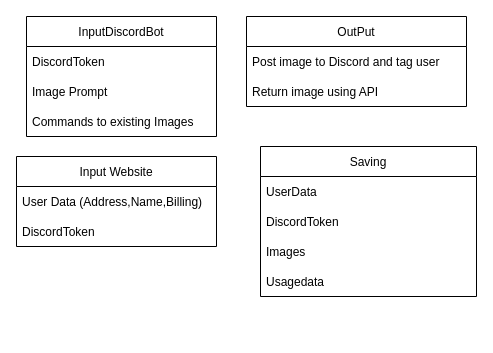
Earlier version of the draw.io diagram Unbenanntes Diagramm.drawio (rothexD/AdvancedModeling). Source tidied: cells renumbered, new cells numbered last; positions are measured from the earlier drawing's top-left corner, leaving out a move shared by most shapes. Both pictures are drawn from the tidied source at 100%, with x=0, y=0 at pixel (16, 16).
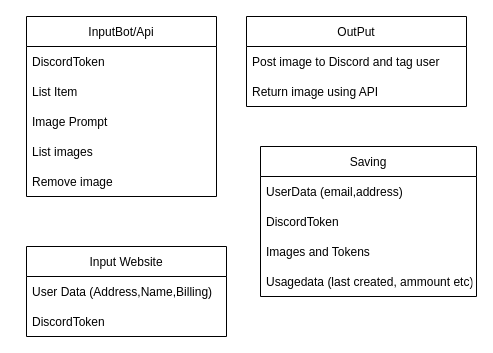
Above is the later version.

What changed in the source:
```diff
@@
 <mxGraphModel>
   <root>
     <mxCell id="0" />
     <mxCell id="1" parent="0" />
-    <mxCell id="2" value="InputDiscordBot" style="swimlane;fontStyle=0;horizontal=1;startSize=30;" parent="1" vertex="1">
-      <mxGeometry x="10" width="190" height="120" as="geometry" />
+    <mxCell id="2" value="InputBot/Api" style="swimlane;fontStyle=0;horizontal=1;startSize=30;" parent="1" vertex="1">
+      <mxGeometry x="10" width="190" height="180" as="geometry" />
     </mxCell>
     <mxCell id="3" value="DiscordToken" style="text;strokeColor=none;fillColor=none;align=left;verticalAlign=middle;spacingLeft=4;spacingRight=4;overflow=hidden;" parent="2" vertex="1">
       <mxGeometry y="30" width="190" height="30" as="geometry" />
     </mxCell>
+    <mxCell id="17" value="List Item" style="text;strokeColor=none;fillColor=none;align=left;verticalAlign=middle;spacingLeft=4;spacingRight=4;overflow=hidden;" parent="2" vertex="1">
+      <mxGeometry y="60" width="190" height="30" as="geometry" />
+    </mxCell>
     <mxCell id="4" value="Image Prompt" style="text;strokeColor=none;fillColor=none;align=left;verticalAlign=middle;spacingLeft=4;spacingRight=4;overflow=hidden;" parent="2" vertex="1">
-      <mxGeometry y="60" width="190" height="30" as="geometry" />
+      <mxGeometry y="90" width="190" height="30" as="geometry" />
     </mxCell>
+    <mxCell id="18" value="List images" style="text;strokeColor=none;fillColor=none;align=left;verticalAlign=middle;spacingLeft=4;spacingRight=4;overflow=hidden;" parent="2" vertex="1">
+      <mxGeometry y="120" width="190" height="30" as="geometry" />
+    </mxCell>
-    <mxCell id="5" value="Commands to existing Images" style="text;strokeColor=none;fillColor=none;align=left;verticalAlign=middle;spacingLeft=4;spacingRight=4;overflow=hidden;" parent="2" vertex="1">
-      <mxGeometry y="90" width="190" height="30" as="geometry" />
+    <mxCell id="5" value="Remove image" style="text;strokeColor=none;fillColor=none;align=left;verticalAlign=middle;spacingLeft=4;spacingRight=4;overflow=hidden;" parent="2" vertex="1">
+      <mxGeometry y="150" width="190" height="30" as="geometry" />
     </mxCell>
     <mxCell id="6" value="OutPut" style="swimlane;fontStyle=0;horizontal=1;startSize=30;" parent="1" vertex="1">
       <mxGeometry x="230" width="220" height="90" as="geometry" />
     </mxCell>
     <mxCell id="7" value="Post image to Discord and tag user" style="text;strokeColor=none;fillColor=none;align=left;verticalAlign=middle;spacingLeft=4;spacingRight=4;overflow=hidden;" parent="6" vertex="1">
       <mxGeometry y="30" width="220" height="30" as="geometry" />
     </mxCell>
     <mxCell id="8" value="Return image using API" style="text;strokeColor=none;fillColor=none;align=left;verticalAlign=middle;spacingLeft=4;spacingRight=4;overflow=hidden;" parent="6" vertex="1">
       <mxGeometry y="60" width="220" height="30" as="geometry" />
     </mxCell>
     <mxCell id="9" value="Input Website" style="swimlane;fontStyle=0;horizontal=1;startSize=30;" parent="1" vertex="1">
-      <mxGeometry y="140" width="200" height="90" as="geometry" />
+      <mxGeometry x="10" y="230" width="200" height="90" as="geometry" />
     </mxCell>
     <mxCell id="10" value="User Data (Address,Name,Billing)" style="text;strokeColor=none;fillColor=none;align=left;verticalAlign=middle;spacingLeft=4;spacingRight=4;overflow=hidden;" parent="9" vertex="1">
       <mxGeometry y="30" width="200" height="30" as="geometry" />
     </mxCell>
     <mxCell id="11" value="DiscordToken" style="text;strokeColor=none;fillColor=none;align=left;verticalAlign=middle;spacingLeft=4;spacingRight=4;overflow=hidden;" parent="9" vertex="1">
       <mxGeometry y="60" width="200" height="30" as="geometry" />
     </mxCell>
     <mxCell id="12" value="Saving" style="swimlane;fontStyle=0;horizontal=1;startSize=30;" parent="1" vertex="1">
       <mxGeometry x="244" y="130" width="216" height="150" as="geometry" />
     </mxCell>
-    <mxCell id="13" value="UserData" style="text;strokeColor=none;fillColor=none;align=left;verticalAlign=middle;spacingLeft=4;spacingRight=4;overflow=hidden;" parent="12" vertex="1">
+    <mxCell id="13" value="UserData (email,address)" style="text;strokeColor=none;fillColor=none;align=left;verticalAlign=middle;spacingLeft=4;spacingRight=4;overflow=hidden;" parent="12" vertex="1">
       <mxGeometry y="30" width="216" height="30" as="geometry" />
     </mxCell>
     <mxCell id="14" value="DiscordToken" style="text;strokeColor=none;fillColor=none;align=left;verticalAlign=middle;spacingLeft=4;spacingRight=4;overflow=hidden;" parent="12" vertex="1">
       <mxGeometry y="60" width="216" height="30" as="geometry" />
     </mxCell>
-    <mxCell id="15" value="Images" style="text;strokeColor=none;fillColor=none;align=left;verticalAlign=middle;spacingLeft=4;spacingRight=4;overflow=hidden;" parent="12" vertex="1">
+    <mxCell id="15" value="Images and Tokens" style="text;strokeColor=none;fillColor=none;align=left;verticalAlign=middle;spacingLeft=4;spacingRight=4;overflow=hidden;" parent="12" vertex="1">
       <mxGeometry y="90" width="216" height="30" as="geometry" />
     </mxCell>
-    <mxCell id="16" value="Usagedata" style="text;strokeColor=none;fillColor=none;align=left;verticalAlign=middle;spacingLeft=4;spacingRight=4;overflow=hidden;" parent="12" vertex="1">
+    <mxCell id="16" value="Usagedata (last created, ammount etc)" style="text;strokeColor=none;fillColor=none;align=left;verticalAlign=middle;spacingLeft=4;spacingRight=4;overflow=hidden;" parent="12" vertex="1">
       <mxGeometry y="120" width="216" height="30" as="geometry" />
     </mxCell>
   </root>
 </mxGraphModel>
```
